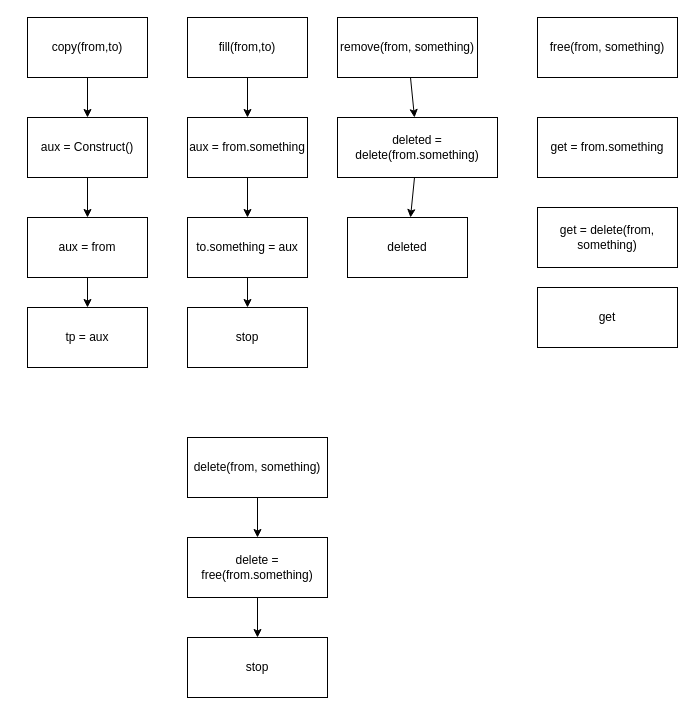
Above: Untitled.drawio in Cristof17/PALibrary- (draw.io), before the change. Source tidied: cells renumbered, new cells numbered last; positions are measured from the earlier drawing's top-left corner, leaving out a move shared by most shapes. Both pictures are drawn from the tidied source at 100%, with x=0, y=0 at pixel (27, 17).
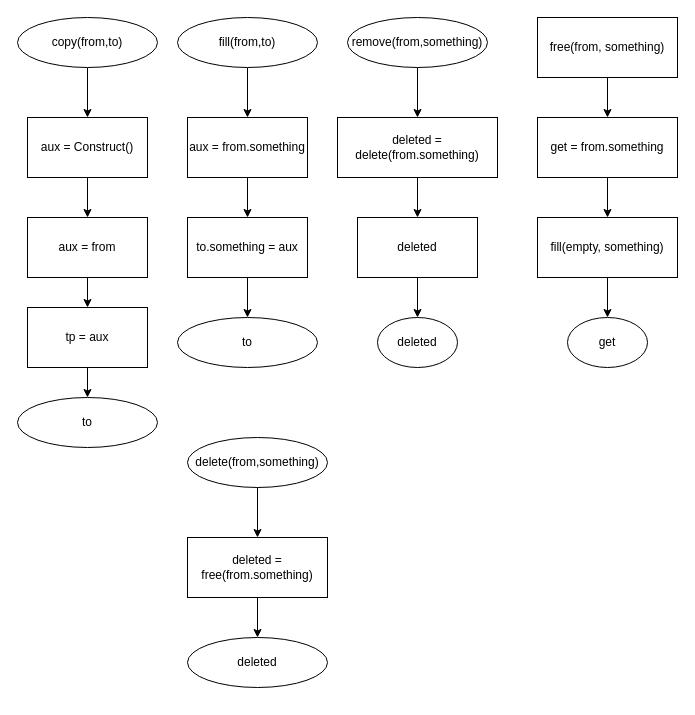
The same diagram, later.

The change refers to these unchanged cells:
```xml
<mxCell id="5" value="aux = Construct()" style="whiteSpace=wrap;html=1;" parent="1" vertex="1">
  <mxGeometry y="100" width="120" height="60" as="geometry" />
</mxCell>
<mxCell id="8" value="tp = aux" style="whiteSpace=wrap;html=1;" parent="1" vertex="1">
  <mxGeometry y="290" width="120" height="60" as="geometry" />
</mxCell>
<mxCell id="12" value="aux = from.something" style="whiteSpace=wrap;html=1;" parent="1" vertex="1">
  <mxGeometry x="160" y="100" width="120" height="60" as="geometry" />
</mxCell>
<mxCell id="14" value="to.something = aux" style="whiteSpace=wrap;html=1;" parent="1" vertex="1">
  <mxGeometry x="160" y="200" width="120" height="60" as="geometry" />
</mxCell>
<mxCell id="19" value="deleted = delete(from.something)" style="whiteSpace=wrap;html=1;" parent="1" vertex="1">
  <mxGeometry x="310" y="100" width="160" height="60" as="geometry" />
</mxCell>
<mxCell id="21" value="free(from, something)" style="whiteSpace=wrap;html=1;" parent="1" vertex="1">
  <mxGeometry x="510" width="140" height="60" as="geometry" />
</mxCell>
<mxCell id="22" value="get = from.something" style="whiteSpace=wrap;html=1;" parent="1" vertex="1">
  <mxGeometry x="510" y="100" width="140" height="60" as="geometry" />
</mxCell>
```

Change to the diagram source:
```diff
@@
-    <mxCell id="2" style="edgeStyle=none;html=1;" parent="1" edge="1" source="3" target="5">
+    <mxCell id="2" style="edgeStyle=none;html=1;exitX=0.5;exitY=1;exitDx=0;exitDy=0;" parent="1" edge="1" source="3" target="5">
       <mxGeometry relative="1" as="geometry" />
     </mxCell>
-    <mxCell id="3" value="copy(from,to)" style="whiteSpace=wrap;html=1;" parent="1" vertex="1">
-      <mxGeometry width="120" height="60" as="geometry" />
-    </mxCell>
@@
+    <mxCell id="30" style="edgeStyle=none;html=1;" parent="1" edge="1" source="8" target="37">
+      <mxGeometry relative="1" as="geometry" />
+    </mxCell>
@@
-    <mxCell id="9" style="edgeStyle=none;html=1;" parent="1" edge="1" source="10" target="12">
+    <mxCell id="9" style="edgeStyle=none;html=1;exitX=0.5;exitY=1;exitDx=0;exitDy=0;" parent="1" edge="1" source="10" target="12">
       <mxGeometry relative="1" as="geometry" />
     </mxCell>
-    <mxCell id="10" value="fill(from,to)" style="whiteSpace=wrap;html=1;" parent="1" vertex="1">
-      <mxGeometry x="160" width="120" height="60" as="geometry" />
-    </mxCell>
@@
-    <mxCell id="13" style="edgeStyle=none;html=1;" parent="1" edge="1" source="14" target="15">
+    <mxCell id="13" style="edgeStyle=none;html=1;entryX=0.5;entryY=0;entryDx=0;entryDy=0;" parent="1" edge="1" source="14" target="38">
       <mxGeometry relative="1" as="geometry" />
     </mxCell>
@@
-    <mxCell id="15" value="stop" style="whiteSpace=wrap;html=1;" parent="1" vertex="1">
-      <mxGeometry x="160" y="290" width="120" height="60" as="geometry" />
-    </mxCell>
-    <mxCell id="16" style="edgeStyle=none;html=1;" parent="1" edge="1" source="17" target="19">
+    <mxCell id="16" style="edgeStyle=none;html=1;exitX=0.5;exitY=1;exitDx=0;exitDy=0;" parent="1" edge="1" source="36" target="19">
       <mxGeometry relative="1" as="geometry" />
     </mxCell>
-    <mxCell id="17" value="remove(from, something)" style="whiteSpace=wrap;html=1;" parent="1" vertex="1">
-      <mxGeometry x="310" width="140" height="60" as="geometry" />
-    </mxCell>
@@
+    <mxCell id="31" style="edgeStyle=none;html=1;" parent="1" edge="1" source="20" target="35">
+      <mxGeometry relative="1" as="geometry" />
+    </mxCell>
     <mxCell id="20" value="deleted" style="whiteSpace=wrap;html=1;" parent="1" vertex="1">
-      <mxGeometry x="320" y="200" width="120" height="60" as="geometry" />
+      <mxGeometry x="330" y="200" width="120" height="60" as="geometry" />
     </mxCell>
+    <mxCell id="32" style="edgeStyle=none;html=1;" parent="1" edge="1" source="21" target="22">
+      <mxGeometry relative="1" as="geometry" />
+    </mxCell>
@@
+    <mxCell id="33" style="edgeStyle=none;html=1;" parent="1" edge="1" source="22" target="24">
+      <mxGeometry relative="1" as="geometry" />
+    </mxCell>
@@
-    <mxCell id="23" value="get" style="whiteSpace=wrap;html=1;" parent="1" vertex="1">
-      <mxGeometry x="510" y="270" width="140" height="60" as="geometry" />
-    </mxCell>
+    <mxCell id="34" style="edgeStyle=none;html=1;" parent="1" edge="1" source="24" target="23">
+      <mxGeometry relative="1" as="geometry" />
+    </mxCell>
-    <mxCell id="24" value="get = delete(from, something)" style="whiteSpace=wrap;html=1;" parent="1" vertex="1">
-      <mxGeometry x="510" y="190" width="140" height="60" as="geometry" />
+    <mxCell id="24" value="fill(empty, something)" style="whiteSpace=wrap;html=1;" parent="1" vertex="1">
+      <mxGeometry x="510" y="200" width="140" height="60" as="geometry" />
     </mxCell>
-    <mxCell id="25" style="edgeStyle=none;html=1;" parent="1" edge="1" source="26" target="28">
+    <mxCell id="25" style="edgeStyle=none;html=1;exitX=0.5;exitY=1;exitDx=0;exitDy=0;" parent="1" edge="1" source="40" target="28">
       <mxGeometry relative="1" as="geometry" />
     </mxCell>
-    <mxCell id="26" value="delete(from, something)" style="whiteSpace=wrap;html=1;" parent="1" vertex="1">
-      <mxGeometry x="160" y="420" width="140" height="60" as="geometry" />
-    </mxCell>
-    <mxCell id="27" style="edgeStyle=none;html=1;" parent="1" edge="1" source="28" target="29">
+    <mxCell id="27" style="edgeStyle=none;html=1;" parent="1" edge="1" source="28" target="39">
       <mxGeometry relative="1" as="geometry" />
     </mxCell>
-    <mxCell id="28" value="delete = free(from.something)" style="whiteSpace=wrap;html=1;" parent="1" vertex="1">
+    <mxCell id="28" value="deleted = free(from.something)" style="whiteSpace=wrap;html=1;" parent="1" vertex="1">
       <mxGeometry x="160" y="520" width="140" height="60" as="geometry" />
     </mxCell>
-    <mxCell id="29" value="stop" style="whiteSpace=wrap;html=1;" parent="1" vertex="1">
-      <mxGeometry x="160" y="620" width="140" height="60" as="geometry" />
-    </mxCell>
+    <mxCell id="35" value="deleted" style="ellipse;whiteSpace=wrap;html=1;" parent="1" vertex="1">
+      <mxGeometry x="350" y="300" width="80" height="50" as="geometry" />
+    </mxCell>
+    <mxCell id="36" value="remove(from,something)" style="ellipse;whiteSpace=wrap;html=1;" parent="1" vertex="1">
+      <mxGeometry x="320" width="140" height="50" as="geometry" />
+    </mxCell>
+    <mxCell id="10" value="fill(from,to)" style="ellipse;whiteSpace=wrap;html=1;" parent="1" vertex="1">
+      <mxGeometry x="150" width="140" height="50" as="geometry" />
+    </mxCell>
+    <mxCell id="3" value="copy(from,to)" style="ellipse;whiteSpace=wrap;html=1;" parent="1" vertex="1">
+      <mxGeometry x="-10" width="140" height="50" as="geometry" />
+    </mxCell>
+    <mxCell id="37" value="to" style="ellipse;whiteSpace=wrap;html=1;" parent="1" vertex="1">
+      <mxGeometry x="-10" y="380" width="140" height="50" as="geometry" />
+    </mxCell>
+    <mxCell id="38" value="to" style="ellipse;whiteSpace=wrap;html=1;" parent="1" vertex="1">
+      <mxGeometry x="150" y="300" width="140" height="50" as="geometry" />
+    </mxCell>
+    <mxCell id="39" value="deleted" style="ellipse;whiteSpace=wrap;html=1;" parent="1" vertex="1">
+      <mxGeometry x="160" y="620" width="140" height="50" as="geometry" />
+    </mxCell>
+    <mxCell id="40" value="delete(from,something)" style="ellipse;whiteSpace=wrap;html=1;" parent="1" vertex="1">
+      <mxGeometry x="160" y="420" width="140" height="50" as="geometry" />
+    </mxCell>
+    <mxCell id="23" value="get" style="ellipse;whiteSpace=wrap;html=1;" parent="1" vertex="1">
+      <mxGeometry x="540" y="300" width="80" height="50" as="geometry" />
+    </mxCell>
```
